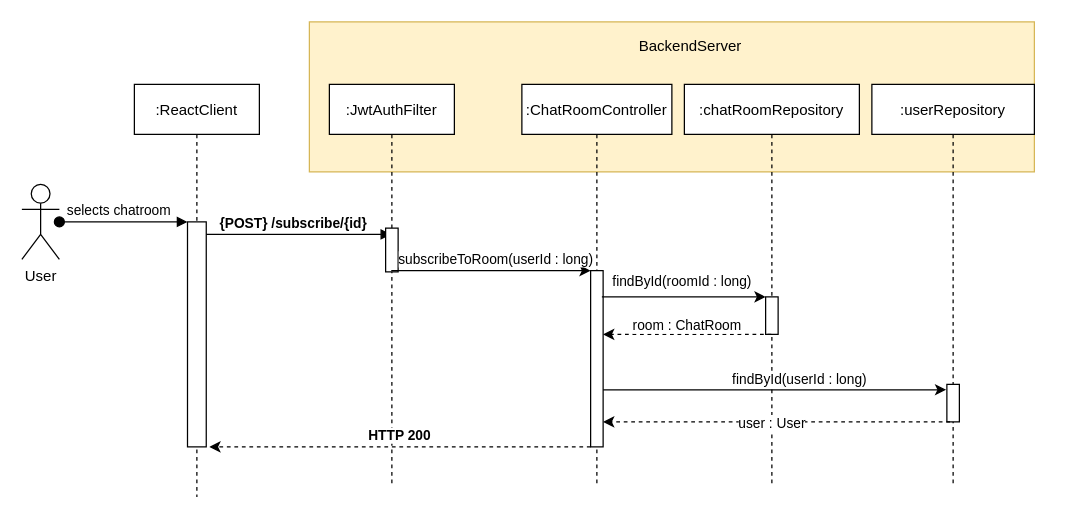
nickkisbye/dat18a-hop keeps this draw.io diagram as subscribe-SD.drawio. Above is the earlier version. Source tidied: cells renumbered, new cells numbered last; positions are measured from the earlier drawing's top-left corner, leaving out a move shared by most shapes. Both pictures are drawn from the tidied source at 125%, with x=0, y=0 at pixel (21, 21).
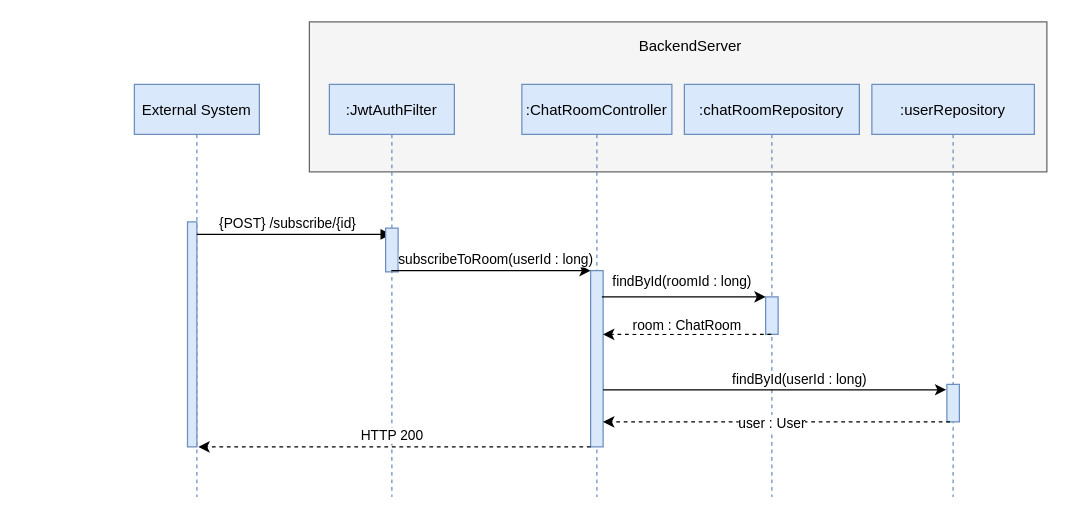
After the change.

The change refers to these unchanged cells:
```xml
<mxCell id="27" style="endArrow=classic;html=1;dashed=1;entryX=1.167;entryY=1;entryDx=0;entryDy=0;entryPerimeter=0;" parent="1" edge="1" source="9" target="4">
  <mxGeometry relative="1" as="geometry" />
</mxCell>
```

What changed in the source:
```diff
@@
-    <mxCell id="2" style="rounded=0;whiteSpace=wrap;html=1;align=center;fillColor=#fff2cc;strokeColor=#d6b656;" parent="1" vertex="1">
-      <mxGeometry x="230" width="580" height="120" as="geometry" />
+    <mxCell id="2" style="rounded=0;whiteSpace=wrap;html=1;align=center;fillColor=#f5f5f5;strokeColor=#666666;fontColor=#333333;" parent="1" vertex="1">
+      <mxGeometry x="230" width="590" height="120" as="geometry" />
     </mxCell>
-    <mxCell id="3" value=":ReactClient" style="shape=umlLifeline;perimeter=lifelinePerimeter;rounded=0;shadow=0;strokeWidth=1;" parent="1" vertex="1">
+    <mxCell id="3" value="External System" style="shape=umlLifeline;perimeter=lifelinePerimeter;rounded=0;shadow=0;strokeWidth=1;fillColor=#dae8fc;strokeColor=#6c8ebf;" parent="1" vertex="1">
       <mxGeometry x="90" y="50" width="100" height="330" as="geometry" />
     </mxCell>
-    <mxCell id="4" style="points=[];perimeter=orthogonalPerimeter;rounded=0;shadow=0;strokeWidth=1;" parent="3" vertex="1">
-      <mxGeometry x="42.5" y="110" width="15" height="180" as="geometry" />
+    <mxCell id="4" style="points=[];perimeter=orthogonalPerimeter;rounded=0;shadow=0;strokeWidth=1;fillColor=#dae8fc;strokeColor=#6c8ebf;" parent="3" vertex="1">
+      <mxGeometry x="42.5" y="110" width="7.5" height="180" as="geometry" />
     </mxCell>
-    <mxCell id="5" value="{POST} /subscribe/{id}" style="verticalAlign=bottom;endArrow=block;shadow=0;strokeWidth=1;fontStyle=1;" parent="1" edge="1" source="4" target="6">
+    <mxCell id="5" value="{POST} /subscribe/{id}" style="verticalAlign=bottom;endArrow=block;shadow=0;strokeWidth=1;fontStyle=0;" parent="1" edge="1" source="4" target="6">
       <mxGeometry x="-0.06" relative="1" as="geometry">
         <Array as="points">
           <mxPoint x="160" y="170" />
         </Array>
       </mxGeometry>
     </mxCell>
-    <mxCell id="6" value=":JwtAuthFilter" style="shape=umlLifeline;perimeter=lifelinePerimeter;rounded=0;shadow=0;strokeWidth=1;" parent="1" vertex="1">
-      <mxGeometry x="246" y="50" width="100" height="320" as="geometry" />
+    <mxCell id="6" value=":JwtAuthFilter" style="shape=umlLifeline;perimeter=lifelinePerimeter;rounded=0;shadow=0;strokeWidth=1;fillColor=#dae8fc;strokeColor=#6c8ebf;" parent="1" vertex="1">
+      <mxGeometry x="246" y="50" width="100" height="330" as="geometry" />
     </mxCell>
-    <mxCell id="7" style="perimeter=orthogonalPerimeter;rounded=0;shadow=0;strokeWidth=1;" parent="6" vertex="1">
+    <mxCell id="7" style="perimeter=orthogonalPerimeter;rounded=0;shadow=0;strokeWidth=1;fillColor=#dae8fc;strokeColor=#6c8ebf;" parent="6" vertex="1">
       <mxGeometry x="45" y="115" width="10" height="35" as="geometry" />
     </mxCell>
-    <mxCell id="8" value=":ChatRoomController" style="shape=umlLifeline;perimeter=lifelinePerimeter;rounded=0;shadow=0;strokeWidth=1;" parent="1" vertex="1">
-      <mxGeometry x="400" y="50" width="120" height="320" as="geometry" />
+    <mxCell id="8" value=":ChatRoomController" style="shape=umlLifeline;perimeter=lifelinePerimeter;rounded=0;shadow=0;strokeWidth=1;fillColor=#dae8fc;strokeColor=#6c8ebf;" parent="1" vertex="1">
+      <mxGeometry x="400" y="50" width="120" height="330" as="geometry" />
     </mxCell>
-    <mxCell id="9" style="points=[];perimeter=orthogonalPerimeter;rounded=0;shadow=0;strokeWidth=1;" parent="8" vertex="1">
+    <mxCell id="9" style="points=[];perimeter=orthogonalPerimeter;rounded=0;shadow=0;strokeWidth=1;fillColor=#dae8fc;strokeColor=#6c8ebf;" parent="8" vertex="1">
       <mxGeometry x="55" y="149" width="10" height="141" as="geometry" />
     </mxCell>
@@
-    <mxCell id="12" value=":chatRoomRepository" style="shape=umlLifeline;perimeter=lifelinePerimeter;rounded=0;shadow=0;strokeWidth=1;" parent="1" vertex="1">
-      <mxGeometry x="530" y="50" width="140" height="320" as="geometry" />
+    <mxCell id="12" value=":chatRoomRepository" style="shape=umlLifeline;perimeter=lifelinePerimeter;rounded=0;shadow=0;strokeWidth=1;fillColor=#dae8fc;strokeColor=#6c8ebf;" parent="1" vertex="1">
+      <mxGeometry x="530" y="50" width="140" height="330" as="geometry" />
     </mxCell>
-    <mxCell id="13" style="rounded=0;whiteSpace=wrap;html=1;" parent="12" vertex="1">
+    <mxCell id="13" style="rounded=0;whiteSpace=wrap;html=1;fillColor=#dae8fc;strokeColor=#6c8ebf;" parent="12" vertex="1">
       <mxGeometry x="65" y="170" width="10" height="30" as="geometry" />
     </mxCell>
@@
-    <mxCell id="15" value="User" style="shape=umlActor;verticalLabelPosition=bottom;verticalAlign=top;html=1;" parent="1" vertex="1">
-      <mxGeometry y="130" width="30" height="60" as="geometry" />
-    </mxCell>
-    <mxCell id="16" value="selects chatroom" style="verticalAlign=bottom;startArrow=oval;endArrow=block;startSize=8;shadow=0;strokeWidth=1;" parent="1" edge="1" target="4">
-      <mxGeometry x="-0.06" relative="1" as="geometry">
-        <mxPoint x="30" y="160" as="sourcePoint" />
-        <Array as="points">
-          <mxPoint x="110" y="160" />
-        </Array>
-      </mxGeometry>
-    </mxCell>
-    <mxCell id="17" value=":userRepository" style="shape=umlLifeline;perimeter=lifelinePerimeter;rounded=0;shadow=0;strokeWidth=1;" parent="1" vertex="1">
-      <mxGeometry x="680" y="50" width="130" height="320" as="geometry" />
+    <mxCell id="17" value=":userRepository" style="shape=umlLifeline;perimeter=lifelinePerimeter;rounded=0;shadow=0;strokeWidth=1;fillColor=#dae8fc;strokeColor=#6c8ebf;" parent="1" vertex="1">
+      <mxGeometry x="680" y="50" width="130" height="330" as="geometry" />
     </mxCell>
-    <mxCell id="18" style="rounded=0;whiteSpace=wrap;html=1;" parent="17" vertex="1">
+    <mxCell id="18" style="rounded=0;whiteSpace=wrap;html=1;fillColor=#dae8fc;strokeColor=#6c8ebf;" parent="17" vertex="1">
       <mxGeometry x="60" y="240" width="10" height="30" as="geometry" />
     </mxCell>
@@
-    <mxCell id="28" value="&lt;b&gt;HTTP 200&lt;/b&gt;" style="edgeLabel;html=1;align=center;verticalAlign=middle;" parent="27" vertex="1">
+    <mxCell id="28" value="HTTP 200" style="edgeLabel;html=1;align=center;verticalAlign=middle;" parent="27" vertex="1">
       <mxGeometry x="0.41" y="-3" relative="1" as="geometry">
         <mxPoint x="61" y="-7" as="offset" />
       </mxGeometry>
     </mxCell>
```
